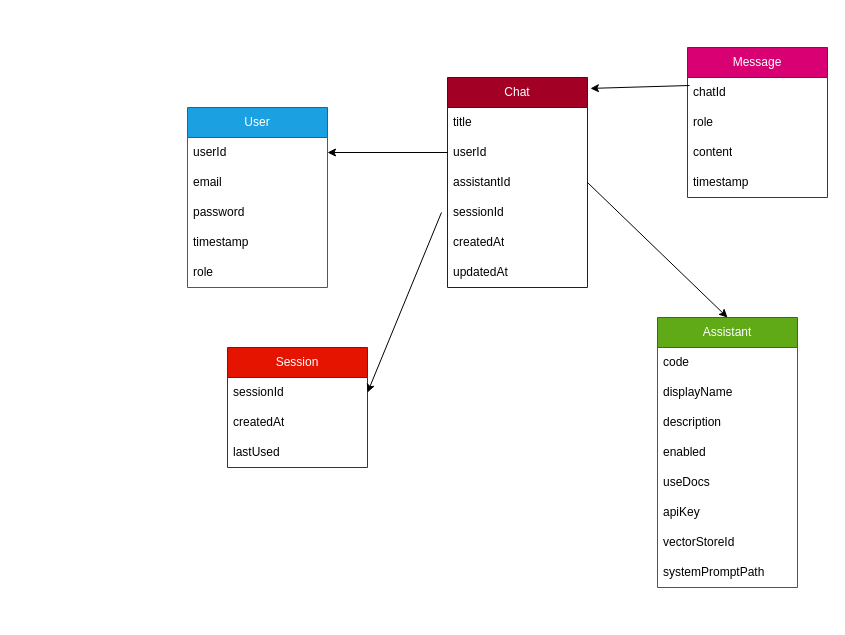
This is backend/IS-GPT Schema.drawio from stevenyeo99/ulink-assistant, a draw.io file, before an edit. Source tidied: cells renumbered, new cells numbered last; positions are measured from the earlier drawing's top-left corner, leaving out a move shared by most shapes. Both pictures are drawn from the tidied source at 100%, with x=0, y=0 at pixel (187, 47).
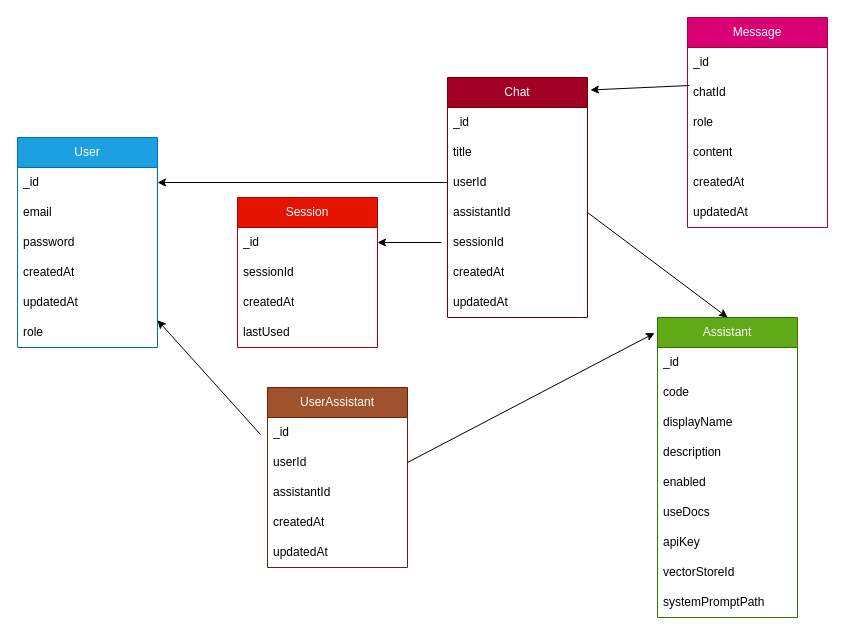
The same diagram, later.

The edit, as a diff of the source:
```diff
@@
     <mxCell id="2" value="Assistant" style="swimlane;fontStyle=0;horizontal=1;startSize=30;whiteSpace=wrap;html=1;fillColor=#60a917;fontColor=#ffffff;strokeColor=#2D7600;" parent="1" vertex="1">
-      <mxGeometry x="470" y="270" width="140" height="270" as="geometry" />
+      <mxGeometry x="470" y="270" width="140" height="300" as="geometry" />
     </mxCell>
+    <mxCell id="37" value="_id" style="text;strokeColor=none;fillColor=none;align=left;verticalAlign=middle;spacingLeft=4;spacingRight=4;overflow=hidden;whiteSpace=wrap;html=1;" parent="2" vertex="1">
+      <mxGeometry y="30" width="140" height="30" as="geometry" />
+    </mxCell>
     <mxCell id="3" value="code&amp;nbsp;" style="text;strokeColor=none;fillColor=none;align=left;verticalAlign=middle;spacingLeft=4;spacingRight=4;overflow=hidden;whiteSpace=wrap;html=1;" parent="2" vertex="1">
-      <mxGeometry y="30" width="140" height="30" as="geometry" />
+      <mxGeometry y="60" width="140" height="30" as="geometry" />
     </mxCell>
     <mxCell id="4" value="displayName" style="text;strokeColor=none;fillColor=none;align=left;verticalAlign=middle;spacingLeft=4;spacingRight=4;overflow=hidden;whiteSpace=wrap;html=1;" parent="2" vertex="1">
-      <mxGeometry y="60" width="140" height="30" as="geometry" />
+      <mxGeometry y="90" width="140" height="30" as="geometry" />
     </mxCell>
     <mxCell id="5" value="description" style="text;strokeColor=none;fillColor=none;align=left;verticalAlign=middle;spacingLeft=4;spacingRight=4;overflow=hidden;whiteSpace=wrap;html=1;" parent="2" vertex="1">
-      <mxGeometry y="90" width="140" height="30" as="geometry" />
+      <mxGeometry y="120" width="140" height="30" as="geometry" />
     </mxCell>
     <mxCell id="6" value="enabled" style="text;strokeColor=none;fillColor=none;align=left;verticalAlign=middle;spacingLeft=4;spacingRight=4;overflow=hidden;whiteSpace=wrap;html=1;" parent="2" vertex="1">
-      <mxGeometry y="120" width="140" height="30" as="geometry" />
+      <mxGeometry y="150" width="140" height="30" as="geometry" />
     </mxCell>
     <mxCell id="7" value="useDocs" style="text;strokeColor=none;fillColor=none;align=left;verticalAlign=middle;spacingLeft=4;spacingRight=4;overflow=hidden;whiteSpace=wrap;html=1;" parent="2" vertex="1">
-      <mxGeometry y="150" width="140" height="30" as="geometry" />
+      <mxGeometry y="180" width="140" height="30" as="geometry" />
     </mxCell>
     <mxCell id="8" value="apiKey" style="text;strokeColor=none;fillColor=none;align=left;verticalAlign=middle;spacingLeft=4;spacingRight=4;overflow=hidden;whiteSpace=wrap;html=1;" parent="2" vertex="1">
-      <mxGeometry y="180" width="140" height="30" as="geometry" />
+      <mxGeometry y="210" width="140" height="30" as="geometry" />
     </mxCell>
     <mxCell id="9" value="vectorStoreId" style="text;strokeColor=none;fillColor=none;align=left;verticalAlign=middle;spacingLeft=4;spacingRight=4;overflow=hidden;whiteSpace=wrap;html=1;" parent="2" vertex="1">
-      <mxGeometry y="210" width="140" height="30" as="geometry" />
+      <mxGeometry y="240" width="140" height="30" as="geometry" />
     </mxCell>
     <mxCell id="10" value="systemPromptPath" style="text;strokeColor=none;fillColor=none;align=left;verticalAlign=middle;spacingLeft=4;spacingRight=4;overflow=hidden;whiteSpace=wrap;html=1;" parent="2" vertex="1">
-      <mxGeometry y="240" width="140" height="30" as="geometry" />
+      <mxGeometry y="270" width="140" height="30" as="geometry" />
     </mxCell>
     <mxCell id="11" value="User" style="swimlane;fontStyle=0;horizontal=1;startSize=30;whiteSpace=wrap;html=1;fillColor=#1ba1e2;fontColor=#ffffff;strokeColor=#006EAF;" parent="1" vertex="1">
-      <mxGeometry y="60" width="140" height="180" as="geometry" />
+      <mxGeometry x="-170" y="90" width="140" height="210" as="geometry" />
     </mxCell>
-    <mxCell id="12" value="userId" style="text;strokeColor=none;fillColor=none;align=left;verticalAlign=middle;spacingLeft=4;spacingRight=4;overflow=hidden;points=[[0,0.5],[1,0.5]];portConstraint=eastwest;whiteSpace=wrap;html=1;" parent="11" vertex="1">
+    <mxCell id="12" value="_id" style="text;strokeColor=none;fillColor=none;align=left;verticalAlign=middle;spacingLeft=4;spacingRight=4;overflow=hidden;points=[[0,0.5],[1,0.5]];portConstraint=eastwest;whiteSpace=wrap;html=1;" parent="11" vertex="1">
       <mxGeometry y="30" width="140" height="30" as="geometry" />
     </mxCell>
@@
-    <mxCell id="15" value="timestamp" style="text;strokeColor=none;fillColor=none;align=left;verticalAlign=middle;spacingLeft=4;spacingRight=4;overflow=hidden;whiteSpace=wrap;html=1;" parent="11" vertex="1">
+    <mxCell id="15" value="createdAt" style="text;strokeColor=none;fillColor=none;align=left;verticalAlign=middle;spacingLeft=4;spacingRight=4;overflow=hidden;whiteSpace=wrap;html=1;" parent="11" vertex="1">
       <mxGeometry y="120" width="140" height="30" as="geometry" />
     </mxCell>
-    <mxCell id="16" value="role" style="text;strokeColor=none;fillColor=none;align=left;verticalAlign=middle;spacingLeft=4;spacingRight=4;overflow=hidden;whiteSpace=wrap;html=1;" parent="11" vertex="1">
+    <mxCell id="16" value="updatedAt" style="text;strokeColor=none;fillColor=none;align=left;verticalAlign=middle;spacingLeft=4;spacingRight=4;overflow=hidden;whiteSpace=wrap;html=1;" parent="11" vertex="1">
       <mxGeometry y="150" width="140" height="30" as="geometry" />
     </mxCell>
+    <mxCell id="38" value="role" style="text;strokeColor=none;fillColor=none;align=left;verticalAlign=middle;spacingLeft=4;spacingRight=4;overflow=hidden;whiteSpace=wrap;html=1;" parent="11" vertex="1">
+      <mxGeometry y="180" width="140" height="30" as="geometry" />
+    </mxCell>
     <mxCell id="17" value="Chat" style="swimlane;fontStyle=0;horizontal=1;startSize=30;whiteSpace=wrap;html=1;fillColor=#a20025;fontColor=#ffffff;strokeColor=#6F0000;" parent="1" vertex="1">
-      <mxGeometry x="260" y="30" width="140" height="210" as="geometry" />
+      <mxGeometry x="260" y="30" width="140" height="240" as="geometry" />
     </mxCell>
+    <mxCell id="39" value="_id" style="text;strokeColor=none;fillColor=none;align=left;verticalAlign=middle;spacingLeft=4;spacingRight=4;overflow=hidden;whiteSpace=wrap;html=1;" parent="17" vertex="1">
+      <mxGeometry y="30" width="140" height="30" as="geometry" />
+    </mxCell>
     <mxCell id="18" value="title" style="text;strokeColor=none;fillColor=none;align=left;verticalAlign=middle;spacingLeft=4;spacingRight=4;overflow=hidden;whiteSpace=wrap;html=1;" parent="17" vertex="1">
-      <mxGeometry y="30" width="140" height="30" as="geometry" />
+      <mxGeometry y="60" width="140" height="30" as="geometry" />
     </mxCell>
     <mxCell id="19" value="userId" style="text;strokeColor=none;fillColor=none;align=left;verticalAlign=middle;spacingLeft=4;spacingRight=4;overflow=hidden;points=[[0,0.5],[1,0.5]];portConstraint=eastwest;whiteSpace=wrap;html=1;" parent="17" vertex="1">
-      <mxGeometry y="60" width="140" height="30" as="geometry" />
+      <mxGeometry y="90" width="140" height="30" as="geometry" />
     </mxCell>
     <mxCell id="20" value="assistantId" style="text;strokeColor=none;fillColor=none;align=left;verticalAlign=middle;spacingLeft=4;spacingRight=4;overflow=hidden;points=[[0,0.5],[1,0.5]];portConstraint=eastwest;whiteSpace=wrap;html=1;" parent="17" vertex="1">
-      <mxGeometry y="90" width="140" height="30" as="geometry" />
+      <mxGeometry y="120" width="140" height="30" as="geometry" />
     </mxCell>
     <mxCell id="21" value="sessionId" style="text;strokeColor=none;fillColor=none;align=left;verticalAlign=middle;spacingLeft=4;spacingRight=4;overflow=hidden;points=[[0,0.5],[1,0.5]];portConstraint=eastwest;whiteSpace=wrap;html=1;" parent="17" vertex="1">
-      <mxGeometry y="120" width="140" height="30" as="geometry" />
+      <mxGeometry y="150" width="140" height="30" as="geometry" />
     </mxCell>
     <mxCell id="22" value="createdAt" style="text;strokeColor=none;fillColor=none;align=left;verticalAlign=middle;spacingLeft=4;spacingRight=4;overflow=hidden;whiteSpace=wrap;html=1;" parent="17" vertex="1">
-      <mxGeometry y="150" width="140" height="30" as="geometry" />
+      <mxGeometry y="180" width="140" height="30" as="geometry" />
     </mxCell>
     <mxCell id="23" value="updatedAt" style="text;strokeColor=none;fillColor=none;align=left;verticalAlign=middle;spacingLeft=4;spacingRight=4;overflow=hidden;whiteSpace=wrap;html=1;" parent="17" vertex="1">
-      <mxGeometry y="180" width="140" height="30" as="geometry" />
+      <mxGeometry y="210" width="140" height="30" as="geometry" />
     </mxCell>
     <mxCell id="24" value="Message" style="swimlane;fontStyle=0;horizontal=1;startSize=30;whiteSpace=wrap;html=1;fillColor=#d80073;fontColor=#ffffff;strokeColor=#A50040;" parent="1" vertex="1">
-      <mxGeometry x="500" width="140" height="150" as="geometry" />
+      <mxGeometry x="500" y="-30" width="140" height="210" as="geometry" />
     </mxCell>
+    <mxCell id="40" value="_id" style="text;strokeColor=none;fillColor=none;align=left;verticalAlign=middle;spacingLeft=4;spacingRight=4;overflow=hidden;whiteSpace=wrap;html=1;" parent="24" vertex="1">
+      <mxGeometry y="30" width="140" height="30" as="geometry" />
+    </mxCell>
     <mxCell id="25" value="chatId" style="text;strokeColor=none;fillColor=none;align=left;verticalAlign=middle;spacingLeft=4;spacingRight=4;overflow=hidden;points=[[0,0.5],[1,0.5]];portConstraint=eastwest;whiteSpace=wrap;html=1;" parent="24" vertex="1">
-      <mxGeometry y="30" width="140" height="30" as="geometry" />
+      <mxGeometry y="60" width="140" height="30" as="geometry" />
     </mxCell>
     <mxCell id="26" value="role" style="text;strokeColor=none;fillColor=none;align=left;verticalAlign=middle;spacingLeft=4;spacingRight=4;overflow=hidden;whiteSpace=wrap;html=1;" parent="24" vertex="1">
-      <mxGeometry y="60" width="140" height="30" as="geometry" />
+      <mxGeometry y="90" width="140" height="30" as="geometry" />
     </mxCell>
     <mxCell id="27" value="content" style="text;strokeColor=none;fillColor=none;align=left;verticalAlign=middle;spacingLeft=4;spacingRight=4;overflow=hidden;whiteSpace=wrap;html=1;" parent="24" vertex="1">
-      <mxGeometry y="90" width="140" height="30" as="geometry" />
+      <mxGeometry y="120" width="140" height="30" as="geometry" />
     </mxCell>
-    <mxCell id="28" value="timestamp" style="text;strokeColor=none;fillColor=none;align=left;verticalAlign=middle;spacingLeft=4;spacingRight=4;overflow=hidden;whiteSpace=wrap;html=1;" parent="24" vertex="1">
-      <mxGeometry y="120" width="140" height="30" as="geometry" />
+    <mxCell id="28" value="createdAt" style="text;strokeColor=none;fillColor=none;align=left;verticalAlign=middle;spacingLeft=4;spacingRight=4;overflow=hidden;whiteSpace=wrap;html=1;" parent="24" vertex="1">
+      <mxGeometry y="150" width="140" height="30" as="geometry" />
     </mxCell>
+    <mxCell id="41" value="updatedAt" style="text;strokeColor=none;fillColor=none;align=left;verticalAlign=middle;spacingLeft=4;spacingRight=4;overflow=hidden;whiteSpace=wrap;html=1;" parent="24" vertex="1">
+      <mxGeometry y="180" width="140" height="30" as="geometry" />
+    </mxCell>
@@
     <mxCell id="32" value="Session" style="swimlane;fontStyle=0;horizontal=1;startSize=30;whiteSpace=wrap;html=1;fillColor=#e51400;fontColor=#ffffff;strokeColor=#B20000;" parent="1" vertex="1">
-      <mxGeometry x="40" y="300" width="140" height="120" as="geometry" />
+      <mxGeometry x="50" y="150" width="140" height="150" as="geometry" />
     </mxCell>
-    <mxCell id="33" value="sessionId" style="text;strokeColor=none;fillColor=none;align=left;verticalAlign=middle;spacingLeft=4;spacingRight=4;overflow=hidden;points=[[0,0.5],[1,0.5]];portConstraint=eastwest;whiteSpace=wrap;html=1;" parent="32" vertex="1">
+    <mxCell id="33" value="_id" style="text;strokeColor=none;fillColor=none;align=left;verticalAlign=middle;spacingLeft=4;spacingRight=4;overflow=hidden;points=[[0,0.5],[1,0.5]];portConstraint=eastwest;whiteSpace=wrap;html=1;" parent="32" vertex="1">
       <mxGeometry y="30" width="140" height="30" as="geometry" />
     </mxCell>
-    <mxCell id="34" value="createdAt" style="text;strokeColor=none;fillColor=none;align=left;verticalAlign=middle;spacingLeft=4;spacingRight=4;overflow=hidden;whiteSpace=wrap;html=1;" parent="32" vertex="1">
+    <mxCell id="34" value="sessionId" style="text;strokeColor=none;fillColor=none;align=left;verticalAlign=middle;spacingLeft=4;spacingRight=4;overflow=hidden;whiteSpace=wrap;html=1;" parent="32" vertex="1">
       <mxGeometry y="60" width="140" height="30" as="geometry" />
     </mxCell>
-    <mxCell id="35" value="lastUsed" style="text;strokeColor=none;fillColor=none;align=left;verticalAlign=middle;spacingLeft=4;spacingRight=4;overflow=hidden;whiteSpace=wrap;html=1;" parent="32" vertex="1">
+    <mxCell id="35" value="createdAt" style="text;strokeColor=none;fillColor=none;align=left;verticalAlign=middle;spacingLeft=4;spacingRight=4;overflow=hidden;whiteSpace=wrap;html=1;" parent="32" vertex="1">
       <mxGeometry y="90" width="140" height="30" as="geometry" />
     </mxCell>
+    <mxCell id="42" value="lastUsed" style="text;strokeColor=none;fillColor=none;align=left;verticalAlign=middle;spacingLeft=4;spacingRight=4;overflow=hidden;whiteSpace=wrap;html=1;" parent="32" vertex="1">
+      <mxGeometry y="120" width="140" height="30" as="geometry" />
+    </mxCell>
@@
+    <mxCell id="43" value="UserAssistant" style="swimlane;fontStyle=0;horizontal=1;startSize=30;whiteSpace=wrap;html=1;fillColor=#a0522d;fontColor=#ffffff;strokeColor=#6D1F00;" parent="1" vertex="1">
+      <mxGeometry x="80" y="340" width="140" height="180" as="geometry" />
+    </mxCell>
+    <mxCell id="44" value="_id" style="text;strokeColor=none;fillColor=none;align=left;verticalAlign=middle;spacingLeft=4;spacingRight=4;overflow=hidden;points=[[0,0.5],[1,0.5]];portConstraint=eastwest;whiteSpace=wrap;html=1;" parent="43" vertex="1">
+      <mxGeometry y="30" width="140" height="30" as="geometry" />
+    </mxCell>
+    <mxCell id="45" value="userId" style="text;strokeColor=none;fillColor=none;align=left;verticalAlign=middle;spacingLeft=4;spacingRight=4;overflow=hidden;points=[[0,0.5],[1,0.5]];portConstraint=eastwest;whiteSpace=wrap;html=1;" parent="43" vertex="1">
+      <mxGeometry y="60" width="140" height="30" as="geometry" />
+    </mxCell>
+    <mxCell id="46" value="assistantId" style="text;strokeColor=none;fillColor=none;align=left;verticalAlign=middle;spacingLeft=4;spacingRight=4;overflow=hidden;whiteSpace=wrap;html=1;" parent="43" vertex="1">
+      <mxGeometry y="90" width="140" height="30" as="geometry" />
+    </mxCell>
+    <mxCell id="47" value="createdAt" style="text;strokeColor=none;fillColor=none;align=left;verticalAlign=middle;spacingLeft=4;spacingRight=4;overflow=hidden;whiteSpace=wrap;html=1;" parent="43" vertex="1">
+      <mxGeometry y="120" width="140" height="30" as="geometry" />
+    </mxCell>
+    <mxCell id="48" value="updatedAt" style="text;strokeColor=none;fillColor=none;align=left;verticalAlign=middle;spacingLeft=4;spacingRight=4;overflow=hidden;whiteSpace=wrap;html=1;" parent="43" vertex="1">
+      <mxGeometry y="150" width="140" height="30" as="geometry" />
+    </mxCell>
+    <mxCell id="49" style="endArrow=classic;html=1;rounded=0;exitX=-0.05;exitY=0.567;exitDx=0;exitDy=0;exitPerimeter=0;" parent="1" edge="1" source="44" target="11">
+      <mxGeometry relative="1" as="geometry" />
+    </mxCell>
+    <mxCell id="50" style="endArrow=classic;html=1;rounded=0;exitX=1;exitY=0.5;exitDx=0;exitDy=0;entryX=-0.021;entryY=0.052;entryDx=0;entryDy=0;entryPerimeter=0;" parent="1" edge="1" source="45" target="2">
+      <mxGeometry relative="1" as="geometry" />
+    </mxCell>
```
